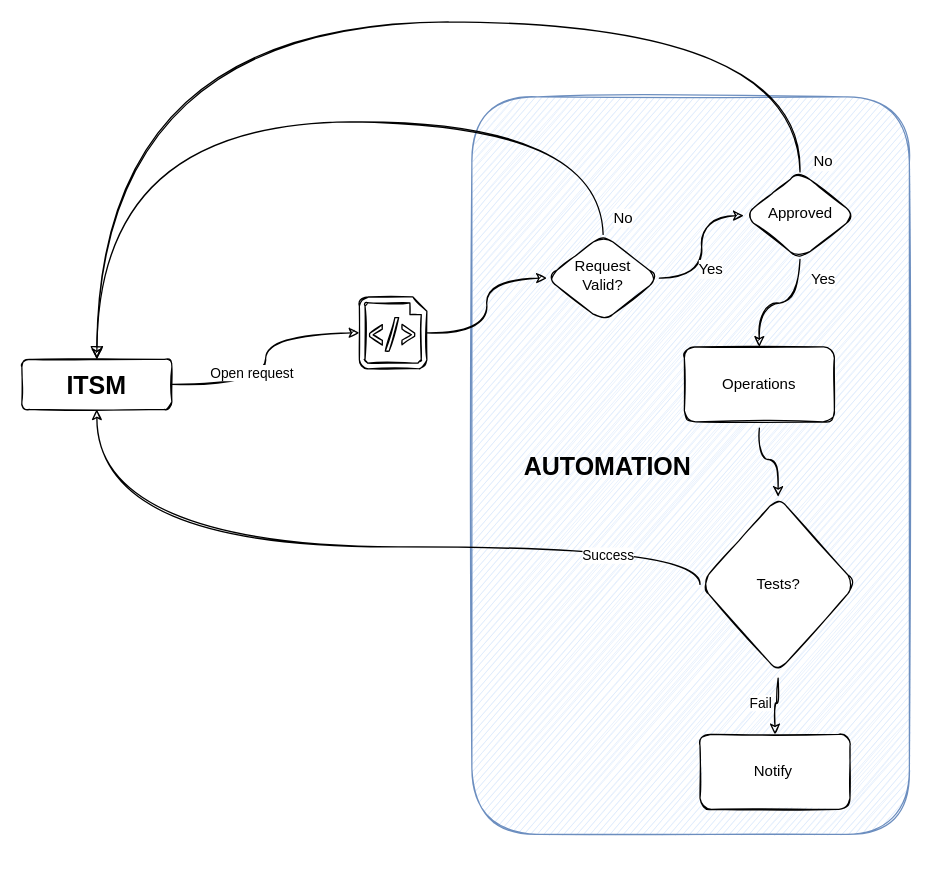
The draw.io diagram diagrams/open-automation.drawio in haidouks/open-automation, before the edit. Source tidied: cells renumbered, new cells numbered last; positions are measured from the earlier drawing's top-left corner, leaving out a move shared by most shapes. Both pictures are drawn from the tidied source at 125%, with x=0, y=0 at pixel (21, 21).
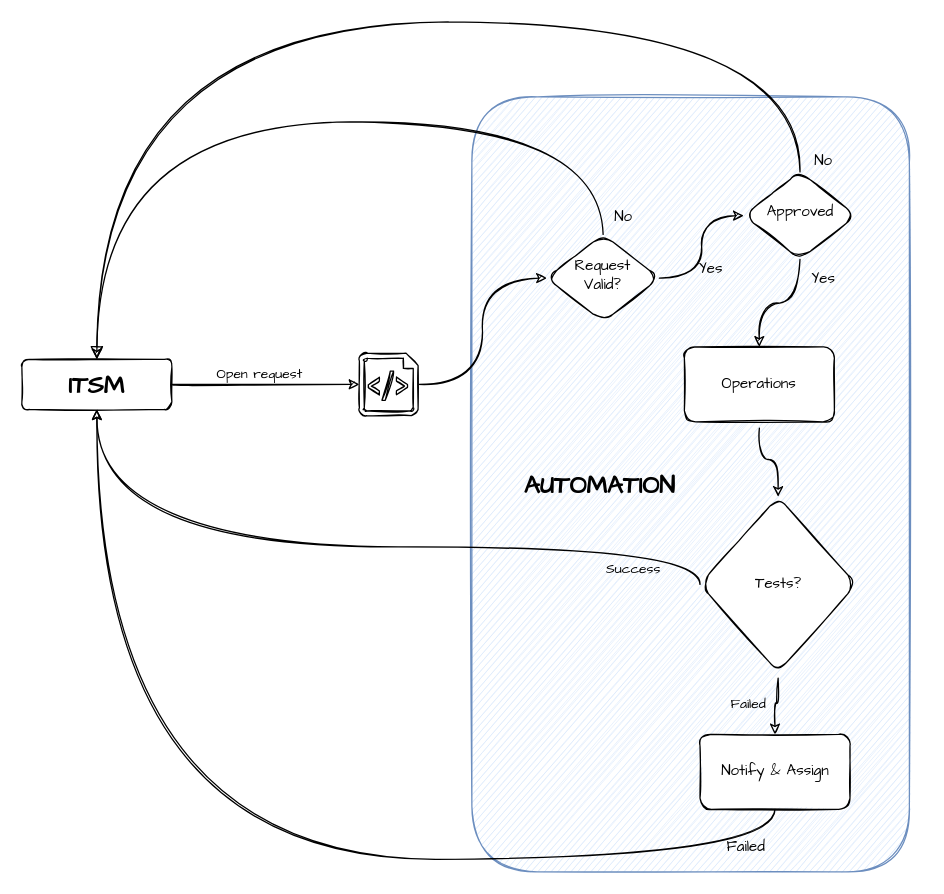
The same diagram, later.

Diff of the diagram source:
```diff
@@
-    <mxCell id="2" value="&lt;blockquote style=&quot;margin: 0px 0px 0px 40px ; border: none ; padding: 0px ; font-size: 12px&quot;&gt;&lt;/blockquote&gt;&lt;blockquote style=&quot;margin: 0px 0px 0px 40px ; border: none ; padding: 0px ; font-size: 20px&quot;&gt;AUTOMATION&lt;/blockquote&gt;&lt;blockquote style=&quot;margin: 0px 0px 0px 40px ; border: none ; padding: 0px ; font-size: 12px&quot;&gt;&lt;/blockquote&gt;&lt;blockquote style=&quot;margin: 0px 0px 0px 40px ; border: none ; padding: 0px ; font-size: 12px&quot;&gt;&lt;/blockquote&gt;&lt;blockquote style=&quot;margin: 0px 0px 0px 40px ; border: none ; padding: 0px ; font-size: 12px&quot;&gt;&lt;/blockquote&gt;&lt;blockquote style=&quot;margin: 0px 0px 0px 40px ; border: none ; padding: 0px ; font-size: 12px&quot;&gt;&lt;/blockquote&gt;&lt;blockquote style=&quot;margin: 0px 0px 0px 40px ; border: none ; padding: 0px ; font-size: 12px&quot;&gt;&lt;/blockquote&gt;&lt;blockquote style=&quot;margin: 0px 0px 0px 40px ; border: none ; padding: 0px ; font-size: 12px&quot;&gt;&lt;/blockquote&gt;&lt;blockquote style=&quot;margin: 0px 0px 0px 40px ; border: none ; padding: 0px ; font-size: 12px&quot;&gt;&lt;/blockquote&gt;" style="whiteSpace=wrap;html=1;fontSize=12;glass=0;strokeWidth=1;shadow=0;align=left;sketch=1;rounded=1;labelBackgroundColor=none;labelPosition=center;verticalLabelPosition=middle;verticalAlign=middle;fontStyle=1;fillColor=#dae8fc;strokeColor=#6c8ebf;" parent="1" vertex="1">
-      <mxGeometry x="360" y="60" width="350" height="590" as="geometry" />
+    <mxCell id="2" value="&lt;blockquote style=&quot;margin: 0px 0px 0px 40px ; border: none ; padding: 0px ; font-size: 12px&quot;&gt;&lt;/blockquote&gt;&lt;blockquote style=&quot;margin: 0px 0px 0px 40px ; border: none ; padding: 0px ; font-size: 20px&quot;&gt;&lt;font&gt;AUTOMATION&lt;/font&gt;&lt;/blockquote&gt;&lt;blockquote style=&quot;margin: 0px 0px 0px 40px ; border: none ; padding: 0px ; font-size: 12px&quot;&gt;&lt;/blockquote&gt;&lt;blockquote style=&quot;margin: 0px 0px 0px 40px ; border: none ; padding: 0px ; font-size: 12px&quot;&gt;&lt;/blockquote&gt;&lt;blockquote style=&quot;margin: 0px 0px 0px 40px ; border: none ; padding: 0px ; font-size: 12px&quot;&gt;&lt;/blockquote&gt;&lt;blockquote style=&quot;margin: 0px 0px 0px 40px ; border: none ; padding: 0px ; font-size: 12px&quot;&gt;&lt;/blockquote&gt;&lt;blockquote style=&quot;margin: 0px 0px 0px 40px ; border: none ; padding: 0px ; font-size: 12px&quot;&gt;&lt;/blockquote&gt;&lt;blockquote style=&quot;margin: 0px 0px 0px 40px ; border: none ; padding: 0px ; font-size: 12px&quot;&gt;&lt;/blockquote&gt;&lt;blockquote style=&quot;margin: 0px 0px 0px 40px ; border: none ; padding: 0px ; font-size: 12px&quot;&gt;&lt;/blockquote&gt;" style="whiteSpace=wrap;html=1;fontSize=12;glass=0;strokeWidth=1;shadow=0;align=left;sketch=1;rounded=1;labelBackgroundColor=none;labelPosition=center;verticalLabelPosition=middle;verticalAlign=middle;fontStyle=1;fillColor=#dae8fc;strokeColor=#6c8ebf;fontFamily=Comic Sans MS;" parent="1" vertex="1">
+      <mxGeometry x="360" y="60" width="350" height="620" as="geometry" />
     </mxCell>
-    <mxCell id="3" style="edgeStyle=orthogonalEdgeStyle;jettySize=auto;html=1;exitX=1;exitY=0.5;exitDx=0;exitDy=0;sketch=1;curved=1;entryX=0;entryY=0.5;entryDx=0;entryDy=0;entryPerimeter=0;" parent="1" edge="1" source="5" target="25">
+    <mxCell id="3" style="edgeStyle=orthogonalEdgeStyle;jettySize=auto;html=1;exitX=1;exitY=0.5;exitDx=0;exitDy=0;sketch=1;curved=1;entryX=0;entryY=0.5;entryDx=0;entryDy=0;entryPerimeter=0;fontFamily=Comic Sans MS;" parent="1" edge="1" source="5" target="28">
       <mxGeometry relative="1" as="geometry" />
     </mxCell>
-    <mxCell id="4" value="Open request" style="edgeLabel;html=1;align=center;verticalAlign=middle;sketch=1;rounded=1;" parent="3" vertex="1">
+    <mxCell id="4" value="Open request" style="edgeLabel;html=1;align=center;verticalAlign=middle;sketch=1;rounded=1;fontFamily=Comic Sans MS;labelBackgroundColor=none;" parent="3" vertex="1">
       <mxGeometry x="-0.33" y="-1" relative="1" as="geometry">
-        <mxPoint x="-1" y="-11" as="offset" />
+        <mxPoint x="19.2" y="-11" as="offset" />
       </mxGeometry>
     </mxCell>
-    <mxCell id="5" value="ITSM" style="whiteSpace=wrap;html=1;fontSize=20;glass=0;strokeWidth=1;shadow=0;sketch=1;rounded=1;fontStyle=1;" parent="1" vertex="1">
+    <mxCell id="5" value="ITSM" style="whiteSpace=wrap;html=1;fontSize=20;glass=0;strokeWidth=1;shadow=0;sketch=1;rounded=1;fontStyle=1;fontFamily=Comic Sans MS;" parent="1" vertex="1">
       <mxGeometry y="270" width="120" height="40" as="geometry" />
     </mxCell>
-    <mxCell id="6" style="edgeStyle=orthogonalEdgeStyle;html=1;jettySize=auto;fontSize=11;endArrow=block;endFill=0;endSize=8;strokeWidth=1;shadow=0;labelBackgroundColor=none;entryX=0.5;entryY=0;entryDx=0;entryDy=0;exitX=0.5;exitY=0;exitDx=0;exitDy=0;sketch=1;curved=1;" parent="1" edge="1" source="8" target="5">
+    <mxCell id="6" style="edgeStyle=orthogonalEdgeStyle;html=1;jettySize=auto;fontSize=11;endArrow=block;endFill=0;endSize=8;strokeWidth=1;shadow=0;labelBackgroundColor=none;entryX=0.5;entryY=0;entryDx=0;entryDy=0;exitX=0.5;exitY=0;exitDx=0;exitDy=0;sketch=1;curved=1;fontFamily=Comic Sans MS;" parent="1" edge="1" source="8" target="5">
       <mxGeometry x="-0.8" y="10" relative="1" as="geometry">
         <Array as="points">
           <mxPoint x="623" />
           <mxPoint x="60" />
         </Array>
       </mxGeometry>
     </mxCell>
-    <mxCell id="7" value="No" style="edgeLabel;html=1;align=center;verticalAlign=middle;fontSize=12;" parent="6" vertex="1">
+    <mxCell id="7" value="No" style="edgeLabel;html=1;align=center;verticalAlign=middle;fontSize=12;fontFamily=Comic Sans MS;labelBackgroundColor=none;" parent="6" vertex="1">
       <mxGeometry x="-0.93" y="-3" relative="1" as="geometry">
         <mxPoint x="14.5" y="24" as="offset" />
       </mxGeometry>
     </mxCell>
-    <mxCell id="8" value="Approved" style="rhombus;whiteSpace=wrap;html=1;shadow=0;fontFamily=Helvetica;fontSize=12;align=center;strokeWidth=1;spacing=6;spacingTop=-4;sketch=1;rounded=1;" parent="1" vertex="1">
+    <mxCell id="8" value="Approved" style="rhombus;whiteSpace=wrap;html=1;shadow=0;fontFamily=Comic Sans MS;fontSize=12;align=center;strokeWidth=1;spacing=6;spacingTop=-4;sketch=1;rounded=1;" parent="1" vertex="1">
       <mxGeometry x="577.5" y="120" width="90" height="70" as="geometry" />
     </mxCell>
-    <mxCell id="9" style="edgeStyle=orthogonalEdgeStyle;jettySize=auto;html=1;shadow=0;labelBackgroundColor=none;sourcePerimeterSpacing=5;endFill=0;sketch=1;curved=1;" parent="1" edge="1" source="10" target="14">
+    <mxCell id="9" style="edgeStyle=orthogonalEdgeStyle;jettySize=auto;html=1;shadow=0;labelBackgroundColor=none;sourcePerimeterSpacing=5;endFill=0;sketch=1;curved=1;fontFamily=Comic Sans MS;" parent="1" edge="1" source="10" target="14">
       <mxGeometry relative="1" as="geometry" />
     </mxCell>
-    <mxCell id="10" value="Operations" style="whiteSpace=wrap;html=1;sketch=1;rounded=1;" parent="1" vertex="1">
+    <mxCell id="10" value="Operations" style="whiteSpace=wrap;html=1;sketch=1;rounded=1;fontFamily=Comic Sans MS;" parent="1" vertex="1">
       <mxGeometry x="530" y="260" width="120" height="60" as="geometry" />
     </mxCell>
-    <mxCell id="11" style="edgeStyle=orthogonalEdgeStyle;jettySize=auto;html=1;entryX=0.5;entryY=1;entryDx=0;entryDy=0;shadow=0;labelBackgroundColor=none;sourcePerimeterSpacing=5;endFill=0;sketch=1;curved=1;exitX=0;exitY=0.5;exitDx=0;exitDy=0;" parent="1" edge="1" source="14" target="5">
+    <mxCell id="11" style="edgeStyle=orthogonalEdgeStyle;jettySize=auto;html=1;entryX=0.5;entryY=1;entryDx=0;entryDy=0;shadow=0;labelBackgroundColor=none;sourcePerimeterSpacing=5;endFill=0;sketch=1;curved=1;exitX=0;exitY=0.5;exitDx=0;exitDy=0;fontFamily=Comic Sans MS;" parent="1" edge="1" source="14" target="5">
       <mxGeometry relative="1" as="geometry">
         <Array as="points">
           <mxPoint x="543" y="420" />
           <mxPoint x="60" y="420" />
         </Array>
       </mxGeometry>
     </mxCell>
-    <mxCell id="12" style="edgeStyle=orthogonalEdgeStyle;jettySize=auto;html=1;shadow=0;labelBackgroundColor=none;sourcePerimeterSpacing=5;endFill=0;sketch=1;curved=1;" parent="1" edge="1" source="14" target="16">
+    <mxCell id="12" style="edgeStyle=orthogonalEdgeStyle;jettySize=auto;html=1;shadow=0;labelBackgroundColor=none;sourcePerimeterSpacing=5;endFill=0;sketch=1;curved=1;fontFamily=Comic Sans MS;" parent="1" edge="1" source="14" target="16">
       <mxGeometry relative="1" as="geometry" />
     </mxCell>
-    <mxCell id="13" value="Fail" style="edgeLabel;html=1;align=center;verticalAlign=middle;sketch=1;rounded=1;" parent="12" vertex="1">
+    <mxCell id="13" value="Failed" style="edgeLabel;html=1;align=center;verticalAlign=middle;sketch=1;rounded=1;fontFamily=Comic Sans MS;labelBackgroundColor=none;" parent="12" vertex="1">
       <mxGeometry x="-0.2" relative="1" as="geometry">
-        <mxPoint x="-15" as="offset" />
+        <mxPoint x="-25" as="offset" />
       </mxGeometry>
     </mxCell>
-    <mxCell id="14" value="Tests?" style="rhombus;whiteSpace=wrap;html=1;sketch=1;rounded=1;" parent="1" vertex="1">
+    <mxCell id="14" value="Tests?" style="rhombus;whiteSpace=wrap;html=1;sketch=1;rounded=1;fontFamily=Comic Sans MS;" parent="1" vertex="1">
       <mxGeometry x="542.5" y="380" width="125" height="140" as="geometry" />
     </mxCell>
-    <mxCell id="15" value="Success" style="edgeLabel;html=1;align=center;verticalAlign=middle;sketch=1;rounded=1;" parent="1" vertex="1">
-      <mxGeometry x="700" y="190" as="geometry">
+    <mxCell id="15" value="&lt;font&gt;Success&lt;/font&gt;" style="edgeLabel;html=1;align=center;verticalAlign=middle;sketch=1;rounded=1;fontFamily=Comic Sans MS;labelBackgroundColor=none;" parent="1" vertex="1">
+      <mxGeometry x="720" y="200" as="geometry">
         <mxPoint x="-232" y="236" as="offset" />
       </mxGeometry>
     </mxCell>
+    <mxCell id="26" style="edgeStyle=orthogonalEdgeStyle;curved=1;rounded=1;sketch=1;jettySize=auto;html=1;entryX=0.5;entryY=1;entryDx=0;entryDy=0;fontFamily=Comic Sans MS;fontSize=12;exitX=0.5;exitY=1;exitDx=0;exitDy=0;" parent="1" edge="1" source="16" target="5">
+      <mxGeometry relative="1" as="geometry">
+        <Array as="points">
+          <mxPoint x="603" y="670" />
+          <mxPoint x="60" y="670" />
+        </Array>
+      </mxGeometry>
+    </mxCell>
+    <mxCell id="27" value="Failed" style="edgeLabel;html=1;align=center;verticalAlign=middle;fontSize=12;fontFamily=Comic Sans MS;labelBackgroundColor=none;" parent="26" vertex="1">
+      <mxGeometry x="-0.88" y="-4" relative="1" as="geometry">
+        <mxPoint x="-7.5" y="-6" as="offset" />
+      </mxGeometry>
+    </mxCell>
-    <mxCell id="16" value="Notify&amp;nbsp;" style="whiteSpace=wrap;html=1;sketch=1;rounded=1;" parent="1" vertex="1">
+    <mxCell id="16" value="Notify &amp;amp; Assign" style="whiteSpace=wrap;html=1;sketch=1;rounded=1;fontFamily=Comic Sans MS;" parent="1" vertex="1">
       <mxGeometry x="542.5" y="570" width="120" height="60" as="geometry" />
     </mxCell>
-    <mxCell id="17" style="edgeStyle=orthogonalEdgeStyle;curved=1;rounded=1;sketch=1;jettySize=auto;html=1;entryX=0;entryY=0.5;entryDx=0;entryDy=0;fontSize=12;exitX=1;exitY=0.5;exitDx=0;exitDy=0;exitPerimeter=0;" parent="1" edge="1" source="25" target="22">
+    <mxCell id="17" style="edgeStyle=orthogonalEdgeStyle;curved=1;rounded=1;sketch=1;jettySize=auto;html=1;entryX=0;entryY=0.5;entryDx=0;entryDy=0;fontSize=12;exitX=1;exitY=0.5;exitDx=0;exitDy=0;exitPerimeter=0;fontFamily=Comic Sans MS;" parent="1" edge="1" source="28" target="22">
       <mxGeometry relative="1" as="geometry" />
     </mxCell>
-    <mxCell id="18" style="edgeStyle=orthogonalEdgeStyle;curved=1;rounded=1;sketch=1;jettySize=auto;html=1;exitX=1;exitY=0.5;exitDx=0;exitDy=0;entryX=0;entryY=0.5;entryDx=0;entryDy=0;fontSize=12;" parent="1" edge="1" source="22" target="8">
+    <mxCell id="18" style="edgeStyle=orthogonalEdgeStyle;curved=1;rounded=1;sketch=1;jettySize=auto;html=1;exitX=1;exitY=0.5;exitDx=0;exitDy=0;entryX=0;entryY=0.5;entryDx=0;entryDy=0;fontSize=12;fontFamily=Comic Sans MS;" parent="1" edge="1" source="22" target="8">
       <mxGeometry relative="1" as="geometry" />
     </mxCell>
-    <mxCell id="19" value="Yes" style="edgeLabel;html=1;align=center;verticalAlign=middle;fontSize=12;" parent="18" vertex="1">
+    <mxCell id="19" value="Yes" style="edgeLabel;html=1;align=center;verticalAlign=middle;fontSize=12;fontFamily=Comic Sans MS;labelBackgroundColor=none;" parent="18" vertex="1">
       <mxGeometry x="-0.31" y="-7" relative="1" as="geometry" />
     </mxCell>
-    <mxCell id="20" style="edgeStyle=orthogonalEdgeStyle;curved=1;rounded=1;sketch=1;jettySize=auto;html=1;exitX=0.5;exitY=0;exitDx=0;exitDy=0;fontSize=12;" parent="1" edge="1" source="22">
+    <mxCell id="20" style="edgeStyle=orthogonalEdgeStyle;curved=1;rounded=1;sketch=1;jettySize=auto;html=1;exitX=0.5;exitY=0;exitDx=0;exitDy=0;fontSize=12;fontFamily=Comic Sans MS;" parent="1" edge="1" source="22">
       <mxGeometry relative="1" as="geometry">
         <mxPoint x="60" y="270" as="targetPoint" />
         <Array as="points">
           <mxPoint x="465" y="80" />
           <mxPoint x="60" y="80" />
         </Array>
       </mxGeometry>
     </mxCell>
-    <mxCell id="21" value="No" style="edgeLabel;html=1;align=center;verticalAlign=middle;fontSize=12;" parent="20" vertex="1">
+    <mxCell id="21" value="&lt;font&gt;No&lt;/font&gt;" style="edgeLabel;html=1;align=center;verticalAlign=middle;fontSize=12;fontFamily=Comic Sans MS;labelBackgroundColor=none;" parent="20" vertex="1">
       <mxGeometry x="-0.79" y="4" relative="1" as="geometry">
         <mxPoint x="19" y="58" as="offset" />
       </mxGeometry>
     </mxCell>
-    <mxCell id="22" value="Request &lt;br&gt;Valid?" style="rhombus;whiteSpace=wrap;html=1;shadow=0;fontFamily=Helvetica;fontSize=12;align=center;strokeWidth=1;spacing=6;spacingTop=-4;sketch=1;rounded=1;" parent="1" vertex="1">
+    <mxCell id="22" value="Request &lt;br&gt;Valid?" style="rhombus;whiteSpace=wrap;html=1;shadow=0;fontFamily=Comic Sans MS;fontSize=12;align=center;strokeWidth=1;spacing=6;spacingTop=-4;sketch=1;rounded=1;" parent="1" vertex="1">
       <mxGeometry x="420" y="170" width="90" height="70" as="geometry" />
     </mxCell>
-    <mxCell id="23" style="edgeStyle=orthogonalEdgeStyle;curved=1;rounded=1;sketch=1;jettySize=auto;html=1;entryX=0.5;entryY=0;entryDx=0;entryDy=0;fontSize=12;exitX=0.5;exitY=1;exitDx=0;exitDy=0;" parent="1" edge="1" source="8" target="10">
+    <mxCell id="23" style="edgeStyle=orthogonalEdgeStyle;curved=1;rounded=1;sketch=1;jettySize=auto;html=1;entryX=0.5;entryY=0;entryDx=0;entryDy=0;fontSize=12;exitX=0.5;exitY=1;exitDx=0;exitDy=0;fontFamily=Comic Sans MS;" parent="1" edge="1" source="8" target="10">
       <mxGeometry x="-0.8" relative="1" as="geometry" />
     </mxCell>
-    <mxCell id="24" value="Yes" style="edgeLabel;html=1;align=center;verticalAlign=middle;fontSize=12;" parent="23" vertex="1">
+    <mxCell id="24" value="Yes" style="edgeLabel;html=1;align=center;verticalAlign=middle;fontSize=12;fontFamily=Comic Sans MS;labelBackgroundColor=none;" parent="23" vertex="1">
       <mxGeometry x="-0.47" y="-7" relative="1" as="geometry">
         <mxPoint x="24.5" y="-12" as="offset" />
       </mxGeometry>
     </mxCell>
-    <mxCell id="25" style="shadow=0;dashed=0;html=1;labelPosition=center;verticalLabelPosition=bottom;verticalAlign=top;align=center;shape=mxgraph.azure.script_file;rounded=1;labelBackgroundColor=none;sketch=1;fontSize=12;" parent="1" vertex="1">
-      <mxGeometry x="270" y="220" width="54" height="57.5" as="geometry" />
-    </mxCell>
+    <mxCell id="28" style="shadow=0;dashed=0;html=1;labelPosition=center;verticalLabelPosition=bottom;verticalAlign=top;align=center;shape=mxgraph.azure.script_file;rounded=1;labelBackgroundColor=none;sketch=1;fontFamily=Comic Sans MS;fontSize=12;" parent="1" vertex="1">
+      <mxGeometry x="270" y="265" width="47" height="50" as="geometry" />
+    </mxCell>
```
